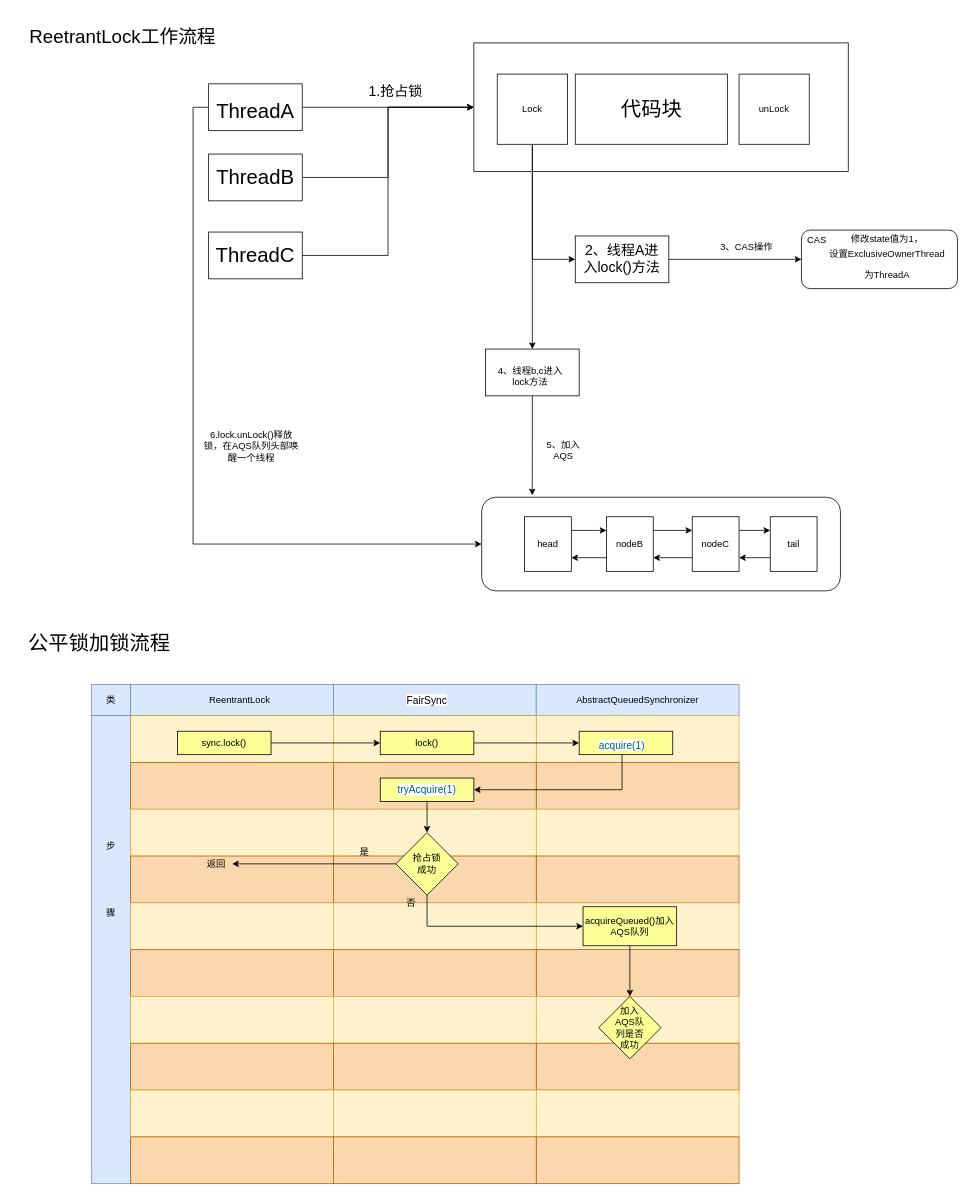
This is page "ReentrantLock流程图" (1 of 2) of 未命名绘图.drawio from ArnoWJH/gitRepository, a draw.io file, before an edit. Source tidied: cells renumbered, new cells numbered last; positions are measured from the earlier drawing's top-left corner, leaving out a move shared by most shapes. Both pictures are drawn from the tidied source at 78%, with x=0, y=0 at pixel (13, 13).
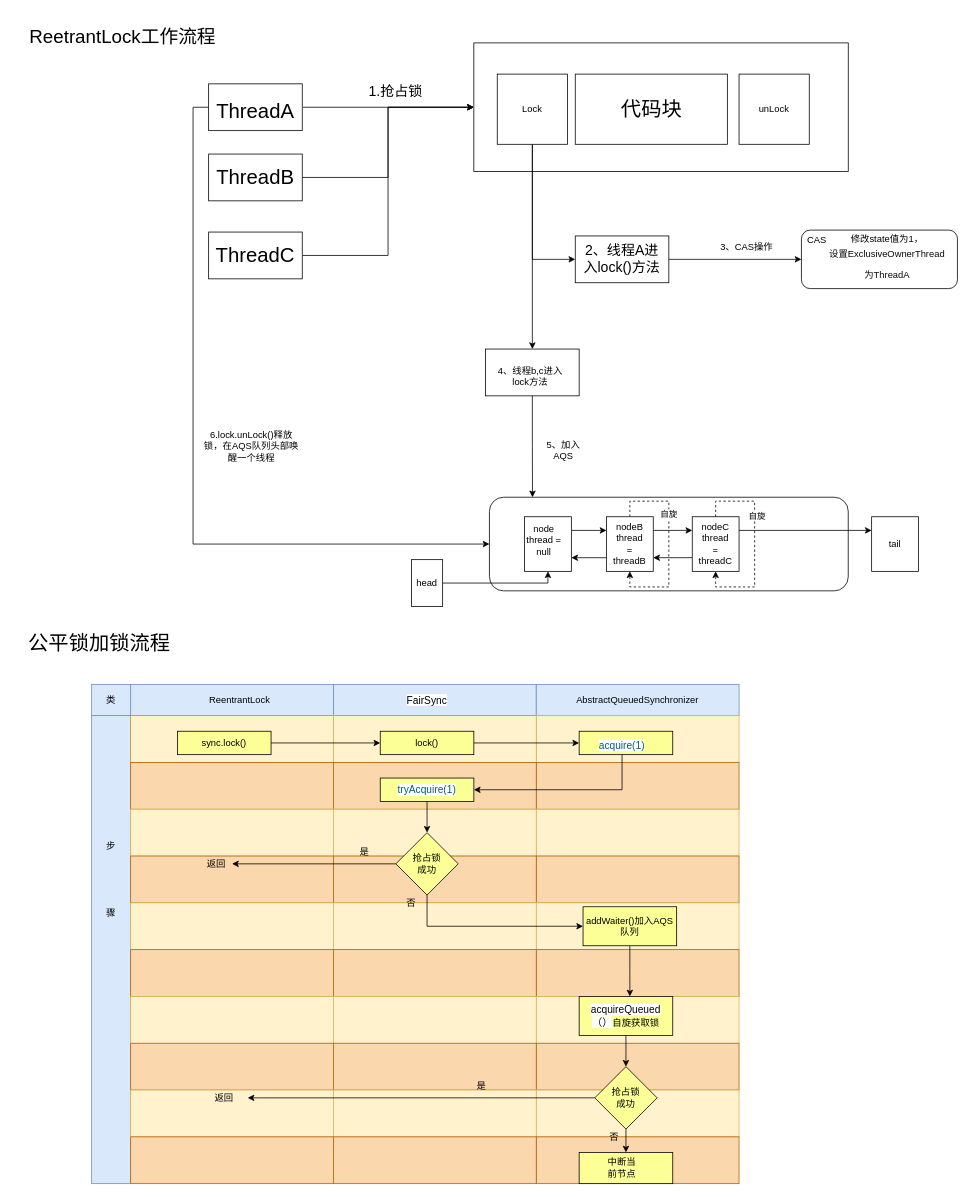
The same page after the edit.

Commit message:
更新未命名绘图.drawio

Unchanged cells that the change refers to:
```xml
<mxCell id="31" style="rounded=0;whiteSpace=wrap;html=1;" parent="1" vertex="1">
  <mxGeometry x="605" y="430" width="120" height="60" as="geometry" />
</mxCell>
<mxCell id="35" style="rounded=0;whiteSpace=wrap;html=1;" parent="1" vertex="1">
  <mxGeometry x="655" y="645" width="60" height="70" as="geometry" />
</mxCell>
<mxCell id="38" style="rounded=0;whiteSpace=wrap;html=1;" parent="1" vertex="1">
  <mxGeometry x="760" y="645" width="60" height="70" as="geometry" />
</mxCell>
<mxCell id="41" style="rounded=0;whiteSpace=wrap;html=1;" parent="1" vertex="1">
  <mxGeometry x="870" y="645" width="60" height="70" as="geometry" />
</mxCell>
<mxCell id="86" style="rounded=0;whiteSpace=wrap;html=1;fillColor=#fff2cc;strokeColor=#d6b656;" parent="1" vertex="1">
  <mxGeometry x="150" y="1380" width="260" height="60" as="geometry" />
</mxCell>
```

Diff of the diagram source:
```diff
@@
-    <mxCell id="30" style="edgeStyle=orthogonalEdgeStyle;rounded=0;jettySize=auto;html=1;exitX=0.5;exitY=1;exitDx=0;exitDy=0;entryX=0.141;entryY=-0.021;entryDx=0;entryDy=0;entryPerimeter=0;" parent="1" edge="1" source="31" target="33">
+    <mxCell id="30" style="edgeStyle=orthogonalEdgeStyle;rounded=0;jettySize=auto;html=1;exitX=0.5;exitY=1;exitDx=0;exitDy=0;entryX=0.12;entryY=0;entryDx=0;entryDy=0;entryPerimeter=0;" parent="1" edge="1" source="31" target="33">
       <mxGeometry relative="1" as="geometry" />
     </mxCell>
@@
     <mxCell id="33" style="rounded=1;whiteSpace=wrap;html=1;" parent="1" vertex="1">
-      <mxGeometry x="600" y="620" width="460" height="120" as="geometry" />
+      <mxGeometry x="610" y="620" width="460" height="120" as="geometry" />
     </mxCell>
@@
+    <mxCell id="116" style="edgeStyle=orthogonalEdgeStyle;rounded=0;orthogonalLoop=1;jettySize=auto;html=1;exitX=0.5;exitY=0;exitDx=0;exitDy=0;dashed=1;entryX=0.5;entryY=1;entryDx=0;entryDy=0;" parent="1" edge="1" source="38" target="38">
+      <mxGeometry relative="1" as="geometry" />
+    </mxCell>
+    <mxCell id="117" value="自旋" style="edgeLabel;html=1;align=center;verticalAlign=middle;" parent="116" vertex="1">
+      <mxGeometry x="-0.31" y="-1" relative="1" as="geometry" />
+    </mxCell>
@@
-    <mxCell id="42" style="edgeStyle=orthogonalEdgeStyle;rounded=0;jettySize=auto;html=1;exitX=0;exitY=0.75;exitDx=0;exitDy=0;entryX=1;entryY=0.75;entryDx=0;entryDy=0;" parent="1" edge="1" source="43" target="41">
-      <mxGeometry relative="1" as="geometry" />
-    </mxCell>
     <mxCell id="43" style="rounded=0;whiteSpace=wrap;html=1;" parent="1" vertex="1">
-      <mxGeometry x="970" y="645" width="60" height="70" as="geometry" />
+      <mxGeometry x="1100" y="645" width="60" height="70" as="geometry" />
     </mxCell>
-    <mxCell id="44" value="head" style="text;html=1;strokeColor=none;fillColor=none;align=center;verticalAlign=middle;whiteSpace=wrap;rounded=0;" parent="1" vertex="1">
-      <mxGeometry x="665" y="670" width="40" height="20" as="geometry" />
+    <mxCell id="44" value="node&lt;br&gt;thread = null" style="text;html=1;strokeColor=none;fillColor=none;align=center;verticalAlign=middle;whiteSpace=wrap;rounded=0;" parent="1" vertex="1">
+      <mxGeometry x="650" y="660" width="60" height="30" as="geometry" />
     </mxCell>
     <mxCell id="45" value="tail" style="text;html=1;strokeColor=none;fillColor=none;align=center;verticalAlign=middle;whiteSpace=wrap;rounded=0;" parent="1" vertex="1">
-      <mxGeometry x="980" y="670" width="40" height="20" as="geometry" />
+      <mxGeometry x="1110" y="670" width="40" height="20" as="geometry" />
     </mxCell>
-    <mxCell id="46" value="nodeB" style="text;html=1;strokeColor=none;fillColor=none;align=center;verticalAlign=middle;whiteSpace=wrap;rounded=0;" parent="1" vertex="1">
+    <mxCell id="46" value="nodeB&lt;br&gt;thread = threadB" style="text;html=1;strokeColor=none;fillColor=none;align=center;verticalAlign=middle;whiteSpace=wrap;rounded=0;" parent="1" vertex="1">
       <mxGeometry x="770" y="670" width="40" height="20" as="geometry" />
     </mxCell>
-    <mxCell id="47" value="nodeC" style="text;html=1;strokeColor=none;fillColor=none;align=center;verticalAlign=middle;whiteSpace=wrap;rounded=0;" parent="1" vertex="1">
+    <mxCell id="47" value="nodeC&lt;br&gt;thread = threadC" style="text;html=1;strokeColor=none;fillColor=none;align=center;verticalAlign=middle;whiteSpace=wrap;rounded=0;" parent="1" vertex="1">
       <mxGeometry x="880" y="670" width="40" height="20" as="geometry" />
     </mxCell>
@@
-    <mxCell id="110" style="edgeStyle=orthogonalEdgeStyle;rounded=0;jettySize=auto;html=1;exitX=0.5;exitY=1;exitDx=0;exitDy=0;entryX=0.5;entryY=0;entryDx=0;entryDy=0;" parent="1" edge="1" source="111" target="114">
-      <mxGeometry relative="1" as="geometry" />
+    <mxCell id="110" style="edgeStyle=orthogonalEdgeStyle;rounded=0;jettySize=auto;html=1;exitX=0.5;exitY=1;exitDx=0;exitDy=0;entryX=0.5;entryY=0;entryDx=0;entryDy=0;" parent="1" edge="1" source="111">
+      <mxGeometry relative="1" as="geometry">
+        <mxPoint x="790" y="1260" as="targetPoint" />
+      </mxGeometry>
     </mxCell>
-    <mxCell id="111" value="acquireQueued()加入AQS队列" style="rounded=0;whiteSpace=wrap;html=1;fillColor=#FCFF96;" parent="1" vertex="1">
+    <mxCell id="111" value="addWaiter()加入AQS队列" style="rounded=0;whiteSpace=wrap;html=1;fillColor=#FCFF96;" parent="1" vertex="1">
       <mxGeometry x="730" y="1145" width="120" height="50" as="geometry" />
     </mxCell>
@@
-    <mxCell id="114" style="rhombus;whiteSpace=wrap;html=1;fillColor=#FCFF96;" parent="1" vertex="1">
-      <mxGeometry x="750" y="1260" width="80" height="80" as="geometry" />
-    </mxCell>
-    <mxCell id="115" value="加入AQS队列是否成功" style="text;html=1;strokeColor=none;fillColor=none;align=center;verticalAlign=middle;whiteSpace=wrap;rounded=0;" parent="1" vertex="1">
-      <mxGeometry x="770" y="1290" width="40" height="20" as="geometry" />
-    </mxCell>
+    <mxCell id="118" style="rounded=0;whiteSpace=wrap;html=1;fillColor=#FCFF96;" parent="1" vertex="1">
+      <mxGeometry x="725" y="1260" width="120" height="50" as="geometry" />
+    </mxCell>
+    <mxCell id="119" style="edgeStyle=orthogonalEdgeStyle;rounded=0;jettySize=auto;html=1;exitX=0.5;exitY=1;exitDx=0;exitDy=0;entryX=0.5;entryY=0;entryDx=0;entryDy=0;" parent="1" edge="1" source="120" target="123">
+      <mxGeometry relative="1" as="geometry" />
+    </mxCell>
+    <mxCell id="120" value="&lt;span style=&quot;background-color: rgb(255 , 255 , 255) ; color: rgb(8 , 8 , 8) ; font-family: &amp;#34;jetbrains mono&amp;#34; ; font-size: 9.8pt&quot;&gt;acquireQueued（）&lt;/span&gt;自旋获取锁" style="text;html=1;strokeColor=none;fillColor=none;align=center;verticalAlign=middle;whiteSpace=wrap;rounded=0;" parent="1" vertex="1">
+      <mxGeometry x="730" y="1260" width="110" height="50" as="geometry" />
+    </mxCell>
+    <mxCell id="121" style="edgeStyle=orthogonalEdgeStyle;rounded=0;jettySize=auto;html=1;exitX=0;exitY=0.5;exitDx=0;exitDy=0;entryX=0.577;entryY=0.167;entryDx=0;entryDy=0;entryPerimeter=0;" parent="1" edge="1" source="123" target="86">
+      <mxGeometry relative="1" as="geometry" />
+    </mxCell>
+    <mxCell id="122" style="edgeStyle=orthogonalEdgeStyle;rounded=0;jettySize=auto;html=1;exitX=0.5;exitY=1;exitDx=0;exitDy=0;entryX=0.5;entryY=0;entryDx=0;entryDy=0;" parent="1" edge="1" source="123" target="127">
+      <mxGeometry relative="1" as="geometry" />
+    </mxCell>
+    <mxCell id="123" style="rhombus;whiteSpace=wrap;html=1;fillColor=#FCFF96;" parent="1" vertex="1">
+      <mxGeometry x="745" y="1350" width="80" height="80" as="geometry" />
+    </mxCell>
+    <mxCell id="124" value="抢占锁成功" style="text;html=1;strokeColor=none;fillColor=none;align=center;verticalAlign=middle;whiteSpace=wrap;rounded=0;" parent="1" vertex="1">
+      <mxGeometry x="765" y="1380" width="40" height="20" as="geometry" />
+    </mxCell>
+    <mxCell id="125" value="返回" style="text;html=1;strokeColor=none;fillColor=none;align=center;verticalAlign=middle;whiteSpace=wrap;rounded=0;" parent="1" vertex="1">
+      <mxGeometry x="250" y="1380" width="40" height="20" as="geometry" />
+    </mxCell>
+    <mxCell id="126" value="是" style="text;html=1;strokeColor=none;fillColor=none;align=center;verticalAlign=middle;whiteSpace=wrap;rounded=0;" parent="1" vertex="1">
+      <mxGeometry x="580" y="1360" width="40" height="30" as="geometry" />
+    </mxCell>
+    <mxCell id="127" style="rounded=0;whiteSpace=wrap;html=1;fillColor=#FCFF96;" parent="1" vertex="1">
+      <mxGeometry x="725" y="1460" width="120" height="40" as="geometry" />
+    </mxCell>
+    <mxCell id="128" value="中断当前节点" style="text;html=1;strokeColor=none;fillColor=none;align=center;verticalAlign=middle;whiteSpace=wrap;rounded=0;" parent="1" vertex="1">
+      <mxGeometry x="760" y="1470" width="40" height="20" as="geometry" />
+    </mxCell>
+    <mxCell id="129" value="否" style="text;html=1;strokeColor=none;fillColor=none;align=center;verticalAlign=middle;whiteSpace=wrap;rounded=0;" parent="1" vertex="1">
+      <mxGeometry x="750" y="1430" width="40" height="20" as="geometry" />
+    </mxCell>
+    <mxCell id="130" style="edgeStyle=orthogonalEdgeStyle;rounded=0;orthogonalLoop=1;jettySize=auto;html=1;exitX=0.5;exitY=0;exitDx=0;exitDy=0;dashed=1;" parent="1" edge="1" source="41" target="41">
+      <mxGeometry relative="1" as="geometry" />
+    </mxCell>
+    <mxCell id="131" value="自旋" style="edgeLabel;html=1;align=center;verticalAlign=middle;" parent="130" vertex="1">
+      <mxGeometry x="-0.3" y="2" relative="1" as="geometry" />
+    </mxCell>
+    <mxCell id="132" style="rounded=0;whiteSpace=wrap;html=1;fillColor=#FFFFFF;" parent="1" vertex="1">
+      <mxGeometry x="510" y="700" width="40" height="60" as="geometry" />
+    </mxCell>
+    <mxCell id="133" style="edgeStyle=orthogonalEdgeStyle;rounded=0;jettySize=auto;html=1;exitX=1;exitY=0.5;exitDx=0;exitDy=0;entryX=0.5;entryY=1;entryDx=0;entryDy=0;" parent="1" edge="1" source="134" target="35">
+      <mxGeometry relative="1" as="geometry">
+        <Array as="points">
+          <mxPoint x="685" y="730" />
+        </Array>
+      </mxGeometry>
+    </mxCell>
+    <mxCell id="134" value="head" style="text;html=1;strokeColor=none;fillColor=none;align=center;verticalAlign=middle;whiteSpace=wrap;rounded=0;" parent="1" vertex="1">
+      <mxGeometry x="510" y="720" width="40" height="20" as="geometry" />
+    </mxCell>
```
